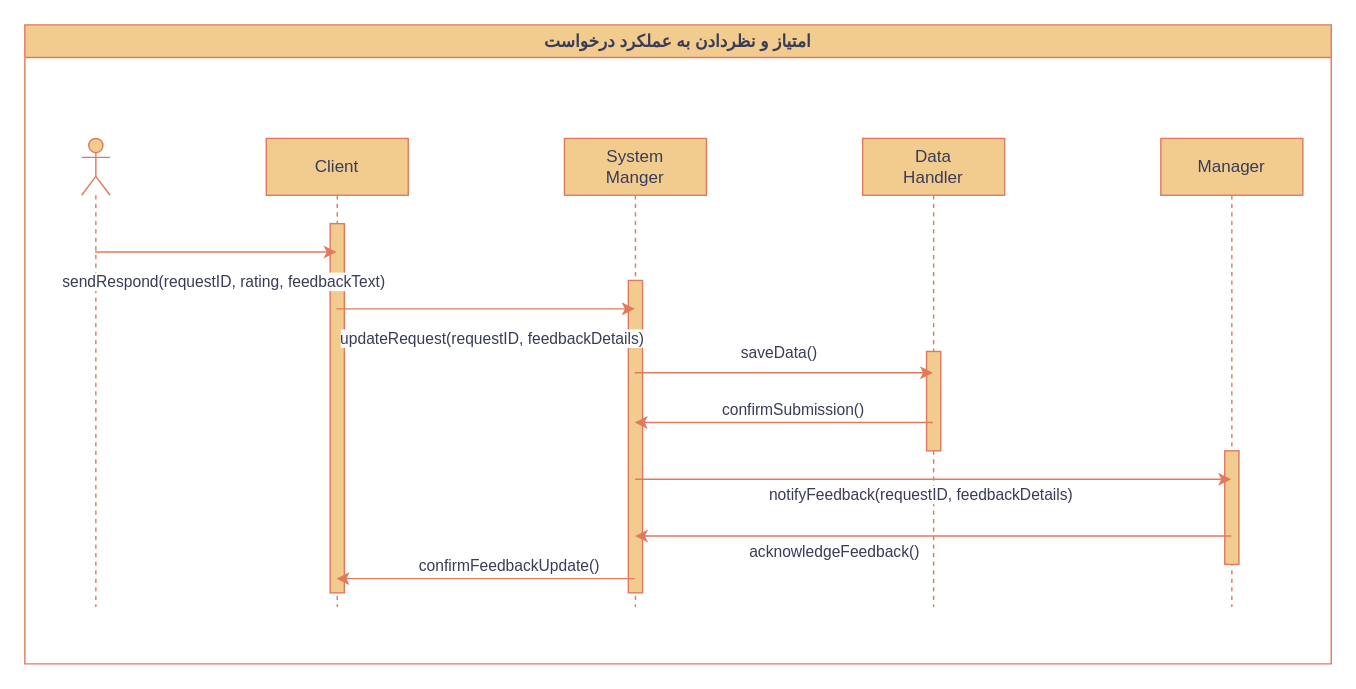
Before: page "Page-2" (2 of 8) of Diagrams and Documents/ph4/Sequence Diagrams/C1/SequenceDiagramsPhase4-C1.drawio in amir-Khodaverdi/The-Penguin-Project, a draw.io diagram. Source tidied: cells renumbered, new cells numbered last; positions are measured from the earlier drawing's top-left corner, leaving out a move shared by most shapes. Both pictures are drawn from the tidied source at 142%, with x=0, y=0 at pixel (24, 24).
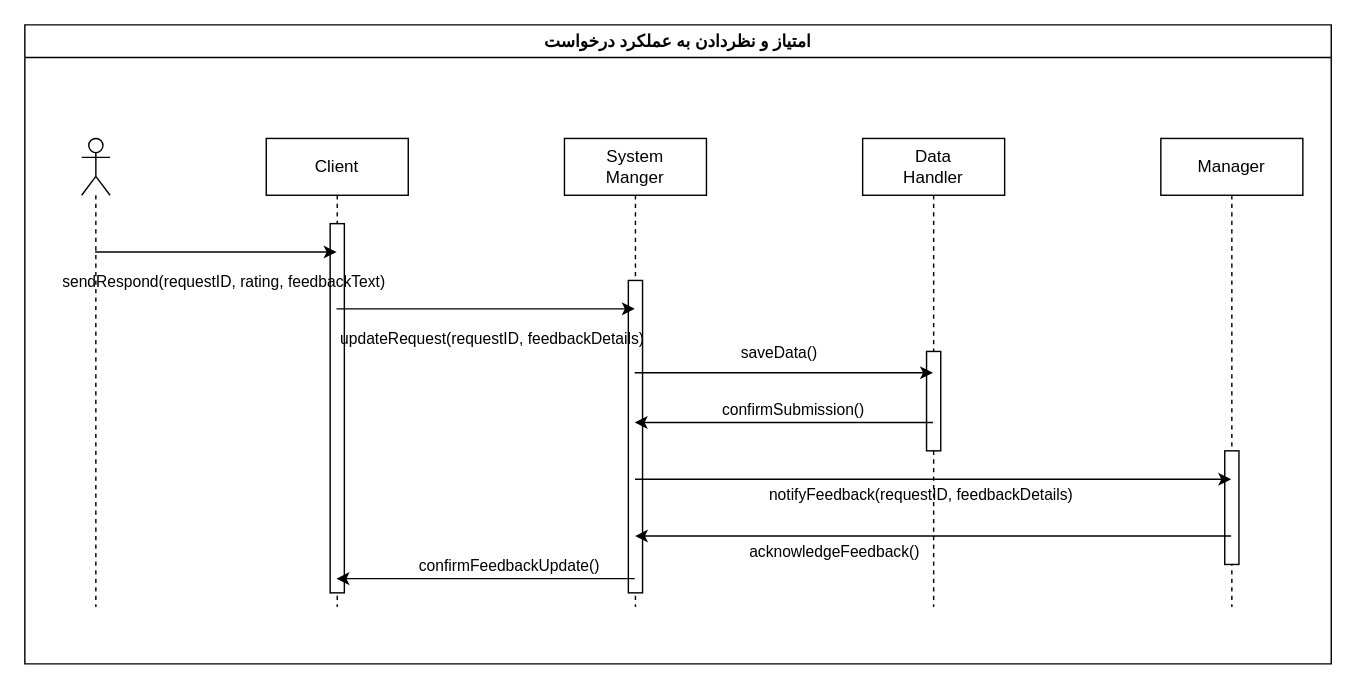
The same page after the edit.

The edit, as a diff of the source:
```diff
@@
-    <mxCell id="2" value="Client" style="shape=umlLifeline;perimeter=lifelinePerimeter;whiteSpace=wrap;html=1;outlineConnect=0;portConstraint=eastwest;newEdgeStyle={&quot;edgeStyle&quot;:&quot;elbowEdgeStyle&quot;,&quot;elbow&quot;:&quot;vertical&quot;,&quot;curved&quot;:0,&quot;rounded&quot;:0};labelBackgroundColor=none;fillColor=#F2CC8F;strokeColor=#E07A5F;fontColor=#393C56;" parent="1" vertex="1">
+    <mxCell id="2" value="Client" style="shape=umlLifeline;perimeter=lifelinePerimeter;whiteSpace=wrap;html=1;outlineConnect=0;portConstraint=eastwest;newEdgeStyle={&quot;edgeStyle&quot;:&quot;elbowEdgeStyle&quot;,&quot;elbow&quot;:&quot;vertical&quot;,&quot;curved&quot;:0,&quot;rounded&quot;:0};labelBackgroundColor=none;" parent="1" vertex="1">
       <mxGeometry x="170" y="80" width="100" height="330" as="geometry" />
     </mxCell>
-    <mxCell id="3" style="html=1;perimeter=orthogonalPerimeter;targetShapes=umlLifeline;newEdgeStyle={&quot;curved&quot;:0,&quot;rounded&quot;:0};strokeColor=#E07A5F;fontColor=#393C56;fillColor=#F2CC8F;" parent="2" vertex="1">
+    <mxCell id="3" style="html=1;perimeter=orthogonalPerimeter;targetShapes=umlLifeline;newEdgeStyle={&quot;curved&quot;:0,&quot;rounded&quot;:0};labelBackgroundColor=none;" parent="2" vertex="1">
       <mxGeometry x="45" y="60" width="10" height="260" as="geometry" />
     </mxCell>
-    <mxCell id="4" style="shape=umlLifeline;perimeter=lifelinePerimeter;whiteSpace=wrap;html=1;outlineConnect=0;portConstraint=eastwest;newEdgeStyle={&quot;curved&quot;:0,&quot;rounded&quot;:0};participant=umlActor;labelBackgroundColor=none;fillColor=#F2CC8F;strokeColor=#E07A5F;fontColor=#393C56;" parent="1" vertex="1">
+    <mxCell id="4" style="shape=umlLifeline;perimeter=lifelinePerimeter;whiteSpace=wrap;html=1;outlineConnect=0;portConstraint=eastwest;newEdgeStyle={&quot;curved&quot;:0,&quot;rounded&quot;:0};participant=umlActor;labelBackgroundColor=none;" parent="1" vertex="1">
       <mxGeometry x="40" y="80" width="20" height="330" as="geometry" />
     </mxCell>
-    <mxCell id="5" value="&lt;div&gt;System&lt;/div&gt;&lt;div&gt;Manger&lt;br&gt;&lt;/div&gt;" style="shape=umlLifeline;perimeter=lifelinePerimeter;whiteSpace=wrap;html=1;outlineConnect=0;portConstraint=eastwest;newEdgeStyle={&quot;edgeStyle&quot;:&quot;elbowEdgeStyle&quot;,&quot;elbow&quot;:&quot;vertical&quot;,&quot;curved&quot;:0,&quot;rounded&quot;:0};labelBackgroundColor=none;fillColor=#F2CC8F;strokeColor=#E07A5F;fontColor=#393C56;" parent="1" vertex="1">
+    <mxCell id="5" value="&lt;div&gt;System&lt;/div&gt;&lt;div&gt;Manger&lt;br&gt;&lt;/div&gt;" style="shape=umlLifeline;perimeter=lifelinePerimeter;whiteSpace=wrap;html=1;outlineConnect=0;portConstraint=eastwest;newEdgeStyle={&quot;edgeStyle&quot;:&quot;elbowEdgeStyle&quot;,&quot;elbow&quot;:&quot;vertical&quot;,&quot;curved&quot;:0,&quot;rounded&quot;:0};labelBackgroundColor=none;" parent="1" vertex="1">
       <mxGeometry x="380" y="80" width="100" height="330" as="geometry" />
     </mxCell>
-    <mxCell id="6" style="html=1;perimeter=orthogonalPerimeter;targetShapes=umlLifeline;newEdgeStyle={&quot;curved&quot;:0,&quot;rounded&quot;:0};strokeColor=#E07A5F;fontColor=#393C56;fillColor=#F2CC8F;" parent="5" vertex="1">
+    <mxCell id="6" style="html=1;perimeter=orthogonalPerimeter;targetShapes=umlLifeline;newEdgeStyle={&quot;curved&quot;:0,&quot;rounded&quot;:0};labelBackgroundColor=none;" parent="5" vertex="1">
       <mxGeometry x="45" y="100" width="10" height="220" as="geometry" />
     </mxCell>
-    <mxCell id="7" value="&lt;div&gt;Data&lt;/div&gt;&lt;div&gt;Handler&lt;br&gt;&lt;/div&gt;" style="shape=umlLifeline;perimeter=lifelinePerimeter;whiteSpace=wrap;html=1;outlineConnect=0;portConstraint=eastwest;newEdgeStyle={&quot;edgeStyle&quot;:&quot;elbowEdgeStyle&quot;,&quot;elbow&quot;:&quot;vertical&quot;,&quot;curved&quot;:0,&quot;rounded&quot;:0};labelBackgroundColor=none;fillColor=#F2CC8F;strokeColor=#E07A5F;fontColor=#393C56;" parent="1" vertex="1">
+    <mxCell id="7" value="&lt;div&gt;Data&lt;/div&gt;&lt;div&gt;Handler&lt;br&gt;&lt;/div&gt;" style="shape=umlLifeline;perimeter=lifelinePerimeter;whiteSpace=wrap;html=1;outlineConnect=0;portConstraint=eastwest;newEdgeStyle={&quot;edgeStyle&quot;:&quot;elbowEdgeStyle&quot;,&quot;elbow&quot;:&quot;vertical&quot;,&quot;curved&quot;:0,&quot;rounded&quot;:0};labelBackgroundColor=none;" parent="1" vertex="1">
       <mxGeometry x="590" y="80" width="100" height="330" as="geometry" />
     </mxCell>
-    <mxCell id="8" style="html=1;perimeter=orthogonalPerimeter;targetShapes=umlLifeline;newEdgeStyle={&quot;curved&quot;:0,&quot;rounded&quot;:0};strokeColor=#E07A5F;fontColor=#393C56;fillColor=#F2CC8F;" parent="7" vertex="1">
+    <mxCell id="8" style="html=1;perimeter=orthogonalPerimeter;targetShapes=umlLifeline;newEdgeStyle={&quot;curved&quot;:0,&quot;rounded&quot;:0};labelBackgroundColor=none;" parent="7" vertex="1">
       <mxGeometry x="45" y="150" width="10" height="70" as="geometry" />
     </mxCell>
-    <mxCell id="9" value="&lt;font face=&quot;Vazirmatn&quot;&gt;امتیاز و نظردادن به عملکرد درخواست&lt;/font&gt;" style="swimlane;whiteSpace=wrap;html=1;labelBackgroundColor=none;fillColor=#F2CC8F;strokeColor=#E07A5F;fontColor=#393C56;" parent="1" vertex="1">
+    <mxCell id="9" value="&lt;font face=&quot;Vazirmatn&quot;&gt;امتیاز و نظردادن به عملکرد درخواست&lt;/font&gt;" style="swimlane;whiteSpace=wrap;html=1;labelBackgroundColor=none;" parent="1" vertex="1">
       <mxGeometry width="920" height="450" as="geometry" />
     </mxCell>
-    <mxCell id="10" value="Manager" style="shape=umlLifeline;perimeter=lifelinePerimeter;whiteSpace=wrap;html=1;newEdgeStyle={&quot;edgeStyle&quot;:&quot;elbowEdgeStyle&quot;,&quot;elbow&quot;:&quot;vertical&quot;,&quot;curved&quot;:0,&quot;rounded&quot;:0};labelBackgroundColor=none;fillColor=#F2CC8F;strokeColor=#E07A5F;fontColor=#393C56;" parent="9" vertex="1">
+    <mxCell id="10" value="Manager" style="shape=umlLifeline;perimeter=lifelinePerimeter;whiteSpace=wrap;html=1;newEdgeStyle={&quot;edgeStyle&quot;:&quot;elbowEdgeStyle&quot;,&quot;elbow&quot;:&quot;vertical&quot;,&quot;curved&quot;:0,&quot;rounded&quot;:0};labelBackgroundColor=none;" parent="9" vertex="1">
       <mxGeometry x="800" y="80" width="100" height="330" as="geometry" />
     </mxCell>
-    <mxCell id="11" style="html=1;perimeter=orthogonalPerimeter;targetShapes=umlLifeline;newEdgeStyle={&quot;curved&quot;:0,&quot;rounded&quot;:0};strokeColor=#E07A5F;fontColor=#393C56;fillColor=#F2CC8F;" parent="10" vertex="1">
+    <mxCell id="11" style="html=1;perimeter=orthogonalPerimeter;targetShapes=umlLifeline;newEdgeStyle={&quot;curved&quot;:0,&quot;rounded&quot;:0};labelBackgroundColor=none;" parent="10" vertex="1">
       <mxGeometry x="45" y="220" width="10" height="80" as="geometry" />
     </mxCell>
-    <mxCell id="12" style="endArrow=classic;html=1;rounded=0;strokeColor=#E07A5F;fontColor=#393C56;fillColor=#F2CC8F;" parent="9" edge="1" source="5" target="7">
+    <mxCell id="12" style="endArrow=classic;html=1;rounded=0;fontColor=default;labelBackgroundColor=none;" parent="9" edge="1" source="5" target="7">
       <mxGeometry relative="1" as="geometry" />
     </mxCell>
-    <mxCell id="13" value="saveData()" style="edgeLabel;html=1;align=center;verticalAlign=middle;strokeColor=#E07A5F;fontColor=#393C56;fillColor=#F2CC8F;" parent="12" vertex="1">
+    <mxCell id="13" value="saveData()" style="edgeLabel;html=1;align=center;verticalAlign=middle;labelBackgroundColor=none;" parent="12" vertex="1">
       <mxGeometry x="0.39" y="3" relative="1" as="geometry">
         <mxPoint x="-45" y="-12" as="offset" />
       </mxGeometry>
     </mxCell>
-    <mxCell id="14" style="endArrow=classic;html=1;rounded=0;strokeColor=#E07A5F;fontColor=#393C56;fillColor=#F2CC8F;" parent="9" edge="1">
+    <mxCell id="14" style="endArrow=classic;html=1;rounded=0;fontColor=default;labelBackgroundColor=none;" parent="9" edge="1">
       <mxGeometry relative="1" as="geometry">
         <mxPoint x="429.7" y="320" as="sourcePoint" />
         <mxPoint x="849.5" y="320" as="targetPoint" />
       </mxGeometry>
     </mxCell>
-    <mxCell id="15" value="notifyFeedback(requestID, feedbackDetails)" style="edgeLabel;html=1;align=center;verticalAlign=middle;strokeColor=#E07A5F;fontColor=#393C56;fillColor=#F2CC8F;" parent="14" vertex="1">
+    <mxCell id="15" value="notifyFeedback(requestID, feedbackDetails)" style="edgeLabel;html=1;align=center;verticalAlign=middle;labelBackgroundColor=none;" parent="14" vertex="1">
       <mxGeometry x="0.37" y="-1" relative="1" as="geometry">
         <mxPoint x="-87" y="9" as="offset" />
       </mxGeometry>
     </mxCell>
-    <mxCell id="16" style="endArrow=classic;html=1;rounded=0;strokeColor=#E07A5F;fontColor=#393C56;fillColor=#F2CC8F;" parent="9" edge="1">
+    <mxCell id="16" style="endArrow=classic;html=1;rounded=0;fontColor=default;labelBackgroundColor=none;" parent="9" edge="1">
       <mxGeometry relative="1" as="geometry">
         <mxPoint x="849.5" y="360" as="sourcePoint" />
         <mxPoint x="429.7" y="360" as="targetPoint" />
       </mxGeometry>
     </mxCell>
-    <mxCell id="17" value="acknowledgeFeedback()" style="edgeLabel;html=1;align=center;verticalAlign=middle;strokeColor=#E07A5F;fontColor=#393C56;fillColor=#F2CC8F;" parent="16" vertex="1">
+    <mxCell id="17" value="acknowledgeFeedback()" style="edgeLabel;html=1;align=center;verticalAlign=middle;labelBackgroundColor=none;" parent="16" vertex="1">
       <mxGeometry x="-0.61" y="1" relative="1" as="geometry">
         <mxPoint x="-198" y="9" as="offset" />
       </mxGeometry>
     </mxCell>
-    <mxCell id="18" style="endArrow=classic;html=1;rounded=0;strokeColor=#E07A5F;fontColor=#393C56;fillColor=#F2CC8F;" parent="1" edge="1" source="4" target="2">
+    <mxCell id="18" style="endArrow=classic;html=1;rounded=0;fontColor=default;labelBackgroundColor=none;" parent="1" edge="1" source="4" target="2">
       <mxGeometry relative="1" as="geometry">
         <Array as="points">
           <mxPoint x="140" y="160" />
         </Array>
       </mxGeometry>
     </mxCell>
-    <mxCell id="19" value="sendRespond(requestID, rating, feedbackText)" style="edgeLabel;html=1;align=center;verticalAlign=middle;strokeColor=#E07A5F;fontColor=#393C56;fillColor=#F2CC8F;" parent="18" vertex="1">
+    <mxCell id="19" value="sendRespond(requestID, rating, feedbackText)" style="edgeLabel;html=1;align=center;verticalAlign=middle;labelBackgroundColor=none;" parent="18" vertex="1">
       <mxGeometry x="0.31" y="1" relative="1" as="geometry">
         <mxPoint x="-21" y="21" as="offset" />
       </mxGeometry>
     </mxCell>
-    <mxCell id="20" style="endArrow=classic;html=1;rounded=0;strokeColor=#E07A5F;fontColor=#393C56;fillColor=#F2CC8F;" parent="1" edge="1" source="2" target="5">
+    <mxCell id="20" style="endArrow=classic;html=1;rounded=0;fontColor=default;labelBackgroundColor=none;" parent="1" edge="1" source="2" target="5">
       <mxGeometry relative="1" as="geometry">
         <Array as="points">
           <mxPoint x="300" y="200" />
         </Array>
       </mxGeometry>
     </mxCell>
-    <mxCell id="21" value="updateRequest(requestID, feedbackDetails)" style="edgeLabel;html=1;align=center;verticalAlign=middle;strokeColor=#E07A5F;fontColor=#393C56;fillColor=#F2CC8F;" parent="20" vertex="1">
+    <mxCell id="21" value="updateRequest(requestID, feedbackDetails)" style="edgeLabel;html=1;align=center;verticalAlign=middle;labelBackgroundColor=none;" parent="20" vertex="1">
       <mxGeometry x="0.04" relative="1" as="geometry">
         <mxPoint y="20" as="offset" />
       </mxGeometry>
     </mxCell>
-    <mxCell id="22" style="endArrow=classic;html=1;rounded=0;strokeColor=#E07A5F;fontColor=#393C56;fillColor=#F2CC8F;" parent="1" edge="1" source="7" target="5">
+    <mxCell id="22" style="endArrow=classic;html=1;rounded=0;fontColor=default;labelBackgroundColor=none;" parent="1" edge="1" source="7" target="5">
       <mxGeometry relative="1" as="geometry">
         <Array as="points">
           <mxPoint x="530" y="280" />
         </Array>
       </mxGeometry>
     </mxCell>
-    <mxCell id="23" value="confirmSubmission()" style="edgeLabel;html=1;align=center;verticalAlign=middle;strokeColor=#E07A5F;fontColor=#393C56;fillColor=#F2CC8F;" parent="22" vertex="1">
+    <mxCell id="23" value="confirmSubmission()" style="edgeLabel;html=1;align=center;verticalAlign=middle;labelBackgroundColor=none;" parent="22" vertex="1">
       <mxGeometry x="-0.13" relative="1" as="geometry">
         <mxPoint x="-8" y="-10" as="offset" />
       </mxGeometry>
     </mxCell>
-    <mxCell id="24" style="endArrow=classic;html=1;rounded=0;strokeColor=#E07A5F;fontColor=#393C56;fillColor=#F2CC8F;" parent="1" edge="1" source="5" target="2">
+    <mxCell id="24" style="endArrow=classic;html=1;rounded=0;fontColor=default;labelBackgroundColor=none;" parent="1" edge="1" source="5" target="2">
       <mxGeometry relative="1" as="geometry">
         <Array as="points">
           <mxPoint x="320" y="390" />
         </Array>
       </mxGeometry>
     </mxCell>
-    <mxCell id="25" value="confirmFeedbackUpdate()" style="edgeLabel;html=1;align=center;verticalAlign=middle;strokeColor=#E07A5F;fontColor=#393C56;fillColor=#F2CC8F;" parent="24" vertex="1">
+    <mxCell id="25" value="confirmFeedbackUpdate()" style="edgeLabel;html=1;align=center;verticalAlign=middle;labelBackgroundColor=none;" parent="24" vertex="1">
       <mxGeometry x="-0.36" y="-1" relative="1" as="geometry">
         <mxPoint x="-22" y="-9" as="offset" />
       </mxGeometry>
     </mxCell>
```
